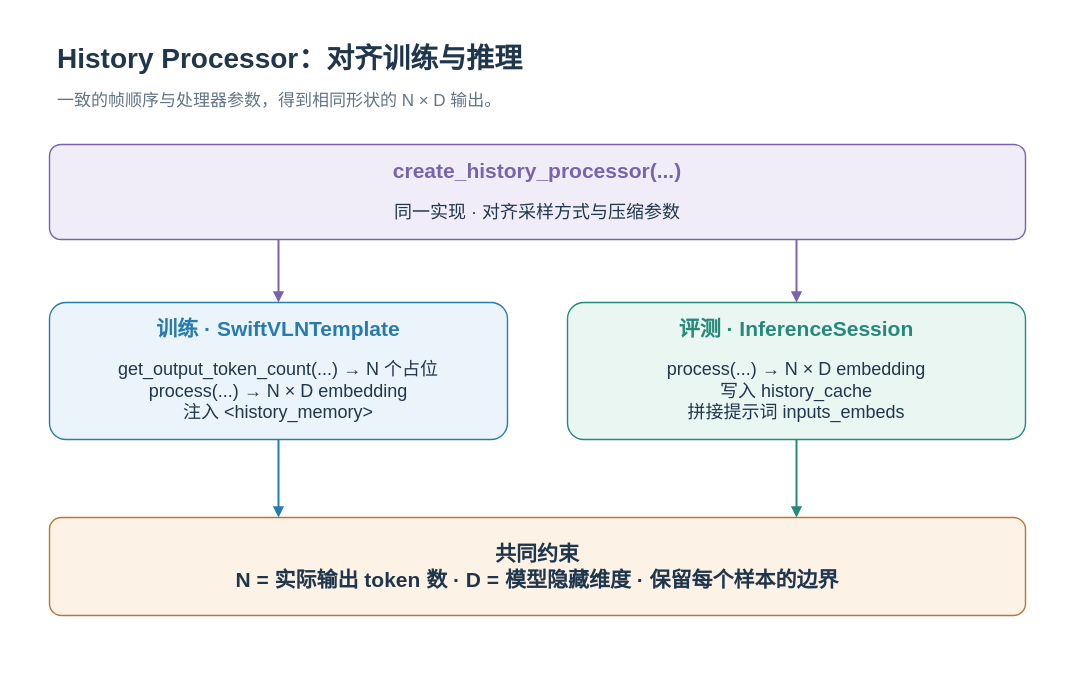
Above: docs/assets/workflows/processor-contract.zh-CN.drawio in Eku127/SwiftVLN (draw.io), before the change. Source tidied: cells renumbered, new cells numbered last; positions are measured from the earlier drawing's top-left corner, leaving out a move shared by most shapes. Both pictures are drawn from the tidied source at 100%, with x=0, y=0 at pixel (17, 17).
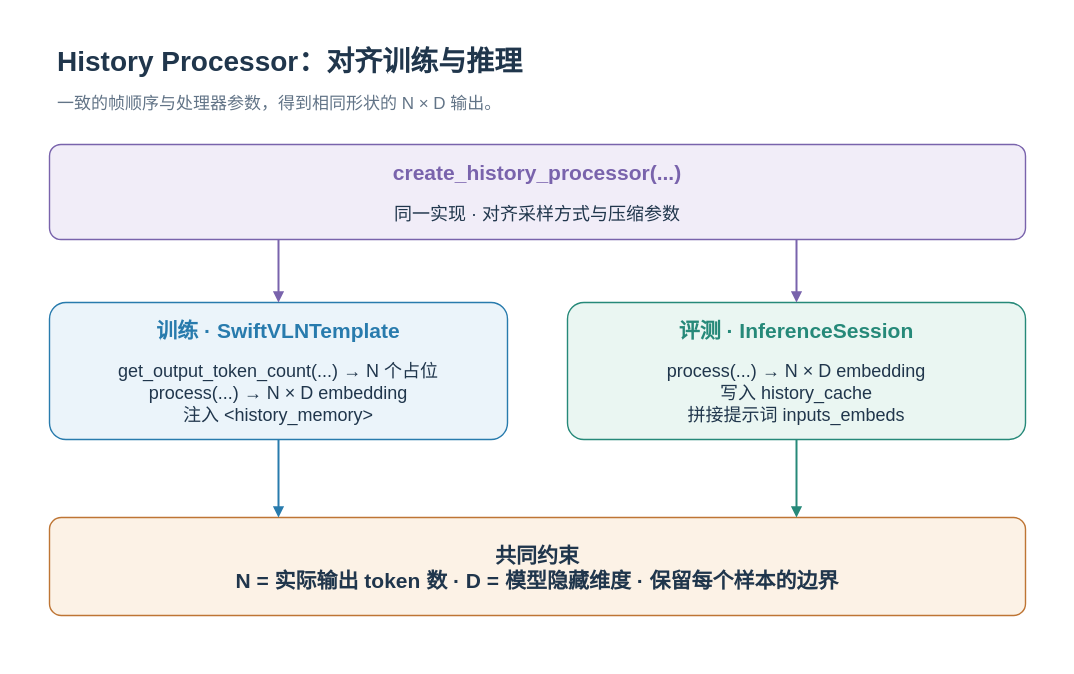
After the change.

What changed in the source:
```diff
@@
-    <mxCell id="2" style="rounded=0;arcSize=12;whiteSpace=wrap;html=0;fillColor=#FFFFFF;strokeColor=none;strokeWidth=1.4;fontColor=#20364C;fontFamily=Arial;fontSize=19;fontStyle=0;align=center;verticalAlign=middle;spacing=8;" parent="1" vertex="1">
+    <mxCell id="2" style="rounded=0;arcSize=12;whiteSpace=nowrap;html=0;fillColor=#FFFFFF;strokeColor=none;strokeWidth=1.4;fontColor=#20364C;fontFamily=Arial;fontSize=19;fontStyle=0;align=center;verticalAlign=middle;spacing=8;" parent="1" vertex="1">
       <mxGeometry width="1040" height="640" as="geometry" />
     </mxCell>
-    <mxCell id="3" value="History Processor：对齐训练与推理" style="rounded=0;arcSize=12;whiteSpace=wrap;html=0;fillColor=none;strokeColor=none;strokeWidth=1.4;fontColor=#20364C;fontFamily=Arial;fontSize=28;fontStyle=1;align=left;verticalAlign=middle;spacing=8;" parent="1" vertex="1">
+    <mxCell id="3" value="History Processor：对齐训练与推理" style="rounded=0;arcSize=12;whiteSpace=nowrap;html=0;fillColor=none;strokeColor=none;strokeWidth=1.4;fontColor=#20364C;fontFamily=Arial;fontSize=28;fontStyle=1;align=left;verticalAlign=middle;spacing=8;" parent="1" vertex="1">
       <mxGeometry x="32" y="22" width="970" height="38" as="geometry" />
     </mxCell>
-    <mxCell id="4" value="一致的帧顺序与处理器参数，得到相同形状的 N × D 输出。" style="rounded=0;arcSize=12;whiteSpace=wrap;html=0;fillColor=none;strokeColor=none;strokeWidth=1.4;fontColor=#627487;fontFamily=Arial;fontSize=17;fontStyle=0;align=left;verticalAlign=middle;spacing=8;" parent="1" vertex="1">
+    <mxCell id="4" value="一致的帧顺序与处理器参数，得到相同形状的 N × D 输出。" style="rounded=0;arcSize=12;whiteSpace=nowrap;html=0;fillColor=none;strokeColor=none;strokeWidth=1.4;fontColor=#627487;fontFamily=Arial;fontSize=17;fontStyle=0;align=left;verticalAlign=middle;spacing=8;" parent="1" vertex="1">
       <mxGeometry x="32" y="67" width="970" height="34" as="geometry" />
     </mxCell>
-    <mxCell id="5" style="rounded=1;arcSize=12;whiteSpace=wrap;html=0;fillColor=#F1EDF8;strokeColor=#7963AC;strokeWidth=1.4;fontColor=#20364C;fontFamily=Arial;fontSize=19;fontStyle=0;align=center;verticalAlign=middle;spacing=8;" parent="1" vertex="1">
+    <mxCell id="5" style="rounded=1;arcSize=12;whiteSpace=nowrap;html=0;fillColor=#F1EDF8;strokeColor=#7963AC;strokeWidth=1.4;fontColor=#20364C;fontFamily=Arial;fontSize=19;fontStyle=0;align=center;verticalAlign=middle;spacing=8;" parent="1" vertex="1">
       <mxGeometry x="32" y="127" width="976" height="95" as="geometry" />
     </mxCell>
-    <mxCell id="6" value="create_history_processor(...)" style="rounded=0;arcSize=12;whiteSpace=wrap;html=0;fillColor=none;strokeColor=none;strokeWidth=1.4;fontColor=#7963AC;fontFamily=Arial;fontSize=21;fontStyle=1;align=center;verticalAlign=middle;spacing=8;" parent="1" vertex="1">
+    <mxCell id="6" value="create_history_processor(...)" style="rounded=0;arcSize=12;whiteSpace=nowrap;html=0;fillColor=none;strokeColor=none;strokeWidth=1.4;fontColor=#7963AC;fontFamily=Arial;fontSize=21;fontStyle=1;align=center;verticalAlign=middle;spacing=8;" parent="1" vertex="1">
       <mxGeometry x="42" y="137" width="956" height="32" as="geometry" />
     </mxCell>
-    <mxCell id="7" value="同一实现 · 对齐采样方式与压缩参数" style="rounded=0;arcSize=12;whiteSpace=wrap;html=0;fillColor=none;strokeColor=none;strokeWidth=1.4;fontColor=#20364C;fontFamily=Arial;fontSize=18;fontStyle=0;align=center;verticalAlign=middle;spacing=8;" parent="1" vertex="1">
+    <mxCell id="7" value="同一实现 · 对齐采样方式与压缩参数" style="rounded=0;arcSize=12;whiteSpace=nowrap;html=0;fillColor=none;strokeColor=none;strokeWidth=1.4;fontColor=#20364C;fontFamily=Arial;fontSize=18;fontStyle=0;align=center;verticalAlign=middle;spacing=8;" parent="1" vertex="1">
       <mxGeometry x="42" y="173" width="956" height="43" as="geometry" />
     </mxCell>
-    <mxCell id="8" style="rounded=1;arcSize=12;whiteSpace=wrap;html=0;fillColor=#EBF4FA;strokeColor=#287BAD;strokeWidth=1.4;fontColor=#20364C;fontFamily=Arial;fontSize=19;fontStyle=0;align=center;verticalAlign=middle;spacing=8;" parent="1" vertex="1">
+    <mxCell id="8" style="rounded=1;arcSize=12;whiteSpace=nowrap;html=0;fillColor=#EBF4FA;strokeColor=#287BAD;strokeWidth=1.4;fontColor=#20364C;fontFamily=Arial;fontSize=19;fontStyle=0;align=center;verticalAlign=middle;spacing=8;" parent="1" vertex="1">
       <mxGeometry x="32" y="285" width="458" height="137" as="geometry" />
     </mxCell>
-    <mxCell id="9" value="训练 · SwiftVLNTemplate" style="rounded=0;arcSize=12;whiteSpace=wrap;html=0;fillColor=none;strokeColor=none;strokeWidth=1.4;fontColor=#287BAD;fontFamily=Arial;fontSize=21;fontStyle=1;align=center;verticalAlign=middle;spacing=8;" parent="1" vertex="1">
+    <mxCell id="9" value="训练 · SwiftVLNTemplate" style="rounded=0;arcSize=12;whiteSpace=nowrap;html=0;fillColor=none;strokeColor=none;strokeWidth=1.4;fontColor=#287BAD;fontFamily=Arial;fontSize=21;fontStyle=1;align=center;verticalAlign=middle;spacing=8;" parent="1" vertex="1">
       <mxGeometry x="42" y="295" width="438" height="32" as="geometry" />
     </mxCell>
-    <mxCell id="10" value="get_output_token_count(...) → N 个占位&#10;process(...) → N × D embedding&#10;注入 &lt;history_memory&gt;" style="rounded=0;arcSize=12;whiteSpace=wrap;html=0;fillColor=none;strokeColor=none;strokeWidth=1.4;fontColor=#20364C;fontFamily=Arial;fontSize=18;fontStyle=0;align=center;verticalAlign=middle;spacing=8;" parent="1" vertex="1">
+    <mxCell id="10" value="get_output_token_count(...) → N 个占位&#10;process(...) → N × D embedding&#10;注入 &lt;history_memory&gt;" style="rounded=0;arcSize=12;whiteSpace=nowrap;html=0;fillColor=none;strokeColor=none;strokeWidth=1.4;fontColor=#20364C;fontFamily=Arial;fontSize=18;fontStyle=0;align=center;verticalAlign=middle;spacing=8;" parent="1" vertex="1">
       <mxGeometry x="42" y="331" width="438" height="85" as="geometry" />
     </mxCell>
-    <mxCell id="11" style="rounded=1;arcSize=12;whiteSpace=wrap;html=0;fillColor=#EAF6F2;strokeColor=#268979;strokeWidth=1.4;fontColor=#20364C;fontFamily=Arial;fontSize=19;fontStyle=0;align=center;verticalAlign=middle;spacing=8;" parent="1" vertex="1">
+    <mxCell id="11" style="rounded=1;arcSize=12;whiteSpace=nowrap;html=0;fillColor=#EAF6F2;strokeColor=#268979;strokeWidth=1.4;fontColor=#20364C;fontFamily=Arial;fontSize=19;fontStyle=0;align=center;verticalAlign=middle;spacing=8;" parent="1" vertex="1">
       <mxGeometry x="550" y="285" width="458" height="137" as="geometry" />
     </mxCell>
-    <mxCell id="12" value="评测 · InferenceSession" style="rounded=0;arcSize=12;whiteSpace=wrap;html=0;fillColor=none;strokeColor=none;strokeWidth=1.4;fontColor=#268979;fontFamily=Arial;fontSize=21;fontStyle=1;align=center;verticalAlign=middle;spacing=8;" parent="1" vertex="1">
+    <mxCell id="12" value="评测 · InferenceSession" style="rounded=0;arcSize=12;whiteSpace=nowrap;html=0;fillColor=none;strokeColor=none;strokeWidth=1.4;fontColor=#268979;fontFamily=Arial;fontSize=21;fontStyle=1;align=center;verticalAlign=middle;spacing=8;" parent="1" vertex="1">
       <mxGeometry x="560" y="295" width="438" height="32" as="geometry" />
     </mxCell>
-    <mxCell id="13" value="process(...) → N × D embedding&#10;写入 history_cache&#10;拼接提示词 inputs_embeds" style="rounded=0;arcSize=12;whiteSpace=wrap;html=0;fillColor=none;strokeColor=none;strokeWidth=1.4;fontColor=#20364C;fontFamily=Arial;fontSize=18;fontStyle=0;align=center;verticalAlign=middle;spacing=8;" parent="1" vertex="1">
+    <mxCell id="13" value="process(...) → N × D embedding&#10;写入 history_cache&#10;拼接提示词 inputs_embeds" style="rounded=0;arcSize=12;whiteSpace=nowrap;html=0;fillColor=none;strokeColor=none;strokeWidth=1.4;fontColor=#20364C;fontFamily=Arial;fontSize=18;fontStyle=0;align=center;verticalAlign=middle;spacing=8;" parent="1" vertex="1">
       <mxGeometry x="560" y="331" width="438" height="85" as="geometry" />
     </mxCell>
@@
-    <mxCell id="16" value="共同约束&#10;N = 实际输出 token 数 · D = 模型隐藏维度 · 保留每个样本的边界" style="rounded=1;arcSize=12;whiteSpace=wrap;html=0;fillColor=#FCF2E6;strokeColor=#BE7534;strokeWidth=1.4;fontColor=#20364C;fontFamily=Arial;fontSize=21;fontStyle=1;align=center;verticalAlign=middle;spacing=8;" parent="1" vertex="1">
+    <mxCell id="16" value="共同约束&#10;N = 实际输出 token 数 · D = 模型隐藏维度 · 保留每个样本的边界" style="rounded=1;arcSize=12;whiteSpace=nowrap;html=0;fillColor=#FCF2E6;strokeColor=#BE7534;strokeWidth=1.4;fontColor=#20364C;fontFamily=Arial;fontSize=21;fontStyle=1;align=center;verticalAlign=middle;spacing=8;" parent="1" vertex="1">
       <mxGeometry x="32" y="500" width="976" height="98" as="geometry" />
     </mxCell>
```
